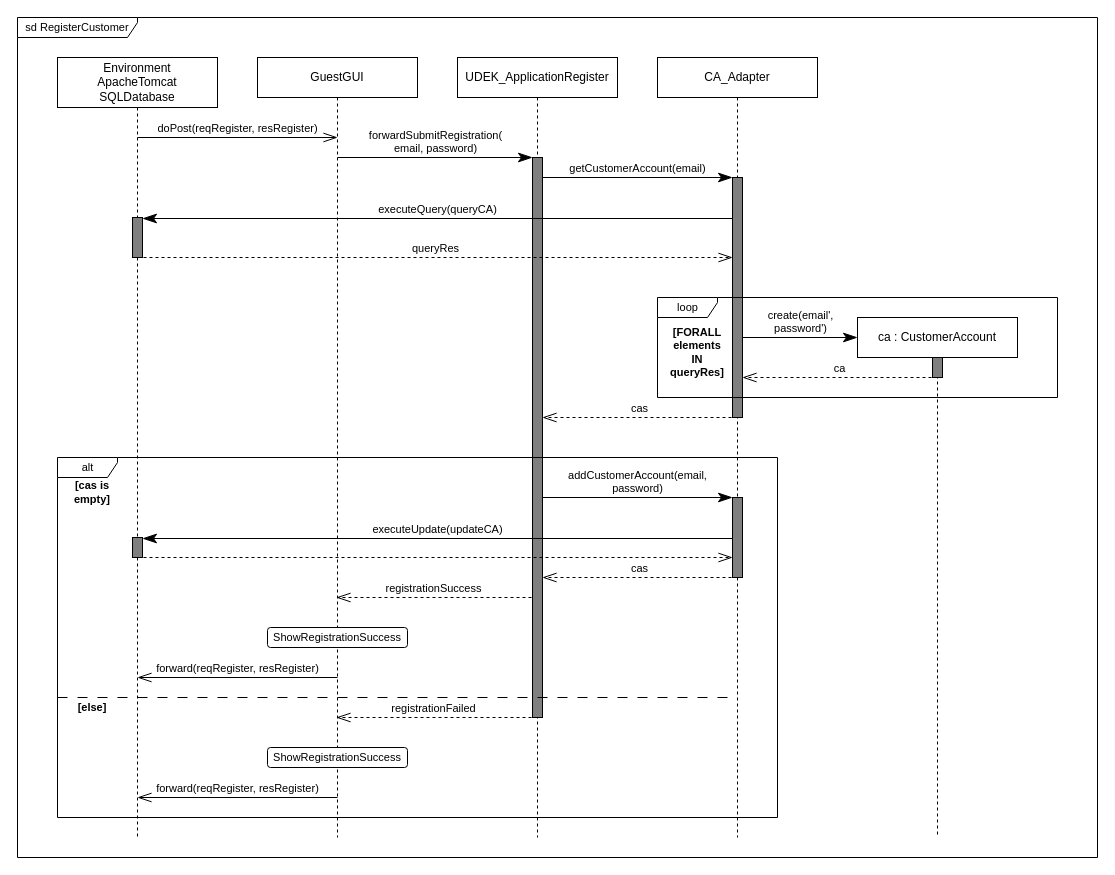
Earlier version of the draw.io diagram a09_sequence_diagram_RegisterCustomer.drawio (melvdlin/swtlab). Source tidied: cells renumbered, new cells numbered last; positions are measured from the earlier drawing's top-left corner, leaving out a move shared by most shapes. Both pictures are drawn from the tidied source at 100%, with x=0, y=0 at pixel (17, 17).
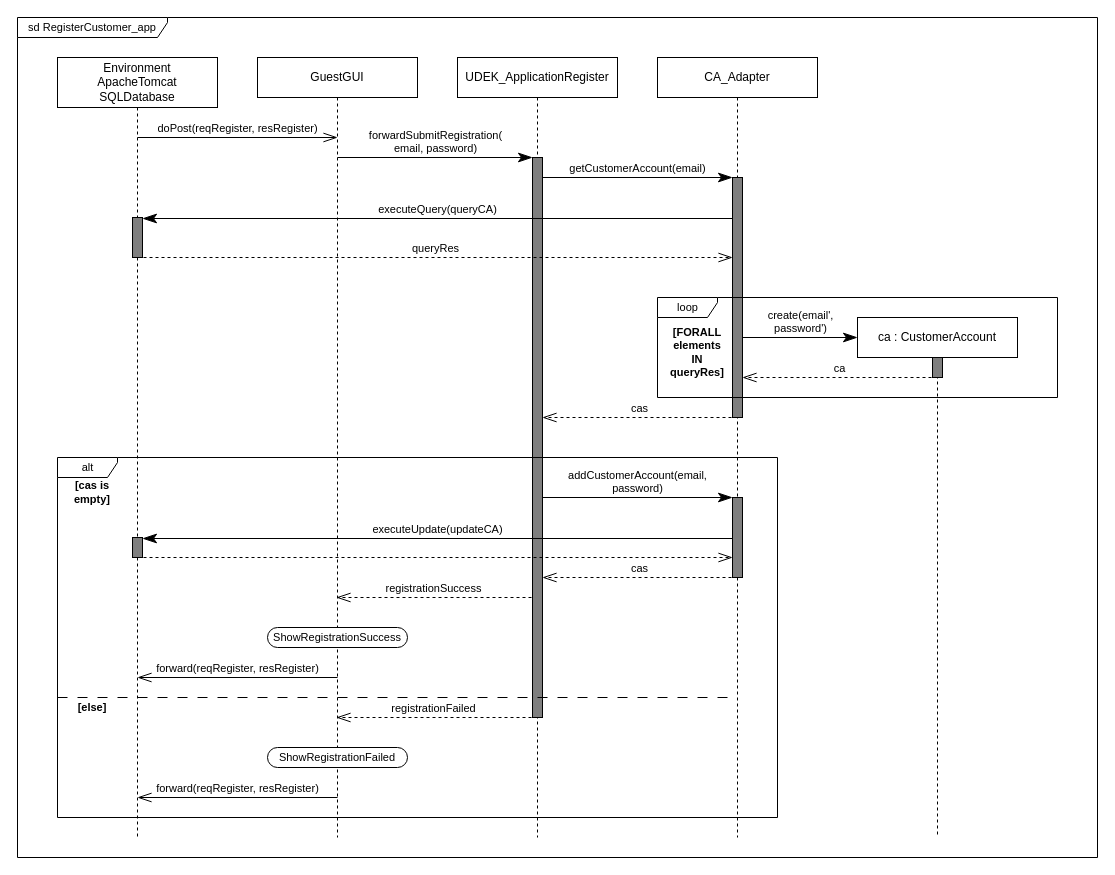
The same diagram, later.

Diff of the diagram source:
```diff
@@
-    <mxCell id="2" value="sd RegisterCustomer" style="shape=umlFrame;whiteSpace=wrap;html=1;fontFamily=Helvetica;fontSize=11;fontColor=default;strokeWidth=1;fillColor=default;gradientColor=none;width=120;height=20;" parent="1" vertex="1">
+    <mxCell id="2" value="sd RegisterCustomer_app" style="shape=umlFrame;whiteSpace=wrap;html=1;fontFamily=Helvetica;fontSize=11;fontColor=default;strokeWidth=1;fillColor=default;gradientColor=none;width=150;height=20;" parent="1" vertex="1">
       <mxGeometry width="1080" height="840" as="geometry" />
     </mxCell>
@@
-    <mxCell id="23" value="ShowRegistrationSuccess" style="rounded=1;whiteSpace=wrap;html=1;fontFamily=Helvetica;fontSize=11;fontColor=default;" parent="16" vertex="1">
+    <mxCell id="23" value="ShowRegistrationSuccess" style="rounded=1;whiteSpace=wrap;html=1;fontFamily=Helvetica;fontSize=11;fontColor=default;arcSize=50;" parent="16" vertex="1">
       <mxGeometry x="250" y="610" width="140" height="20" as="geometry" />
     </mxCell>
-    <mxCell id="24" value="ShowRegistrationSuccess" style="rounded=1;whiteSpace=wrap;html=1;fontFamily=Helvetica;fontSize=11;fontColor=default;" parent="16" vertex="1">
+    <mxCell id="24" value="ShowRegistrationFailed" style="rounded=1;whiteSpace=wrap;html=1;fontFamily=Helvetica;fontSize=11;fontColor=default;arcSize=50;" parent="16" vertex="1">
       <mxGeometry x="250" y="730" width="140" height="20" as="geometry" />
     </mxCell>
```
